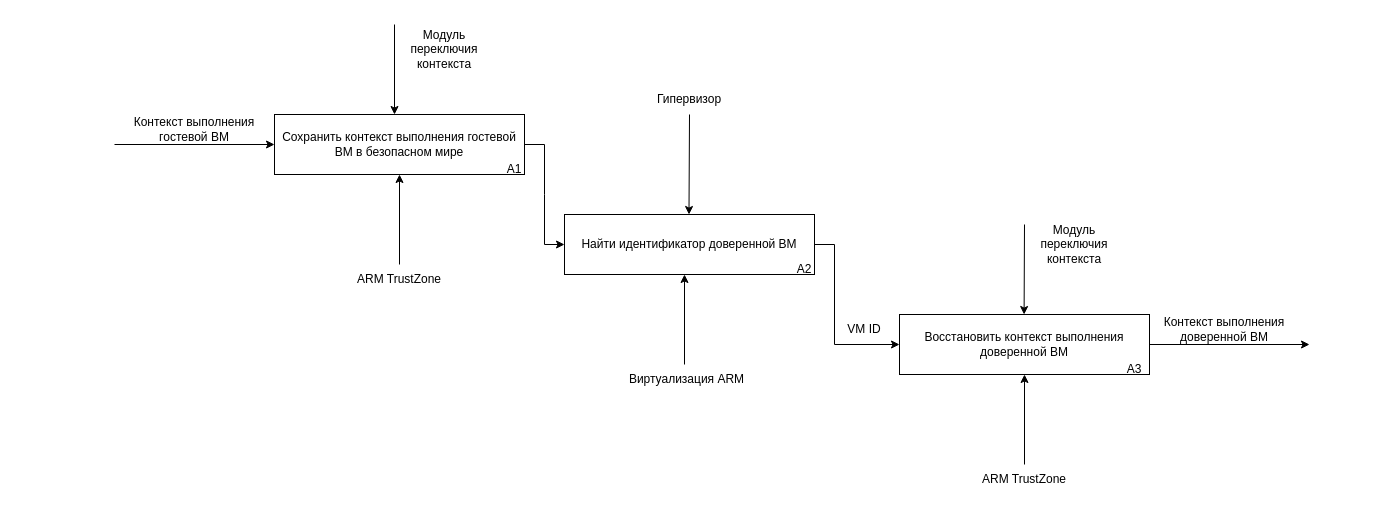
mRrvz/bmstu-masters-diploma keeps this draw.io diagram as page "Page-2" (2 of 2) of docs/drawio/idef0-context-switch.drawio. Above is the earlier version. Source tidied: cells renumbered, new cells numbered last; positions are measured from the earlier drawing's top-left corner, leaving out a move shared by most shapes. Both pictures are drawn from the tidied source at 100%, with x=0, y=0 at pixel (114, 24).
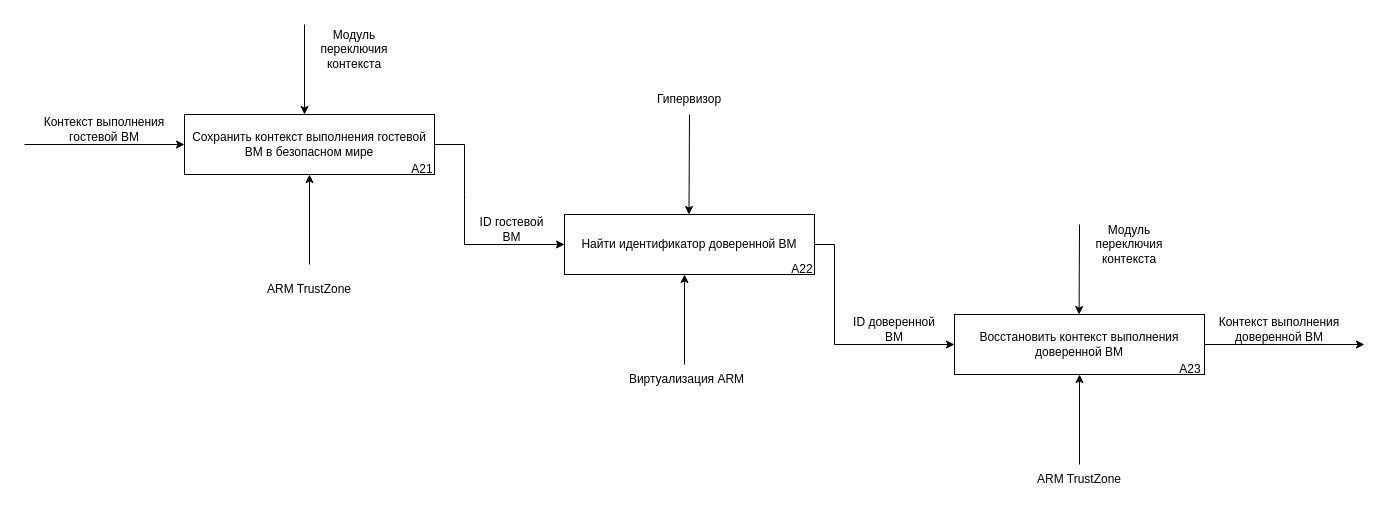
The same page after the edit.

The change refers to these unchanged cells:
```xml
<mxCell id="3" value="Найти идентификатор доверенной ВМ" style="rounded=0;whiteSpace=wrap;html=1;" parent="1" vertex="1">
  <mxGeometry x="450" y="190" width="250" height="60" as="geometry" />
</mxCell>
```

The edit, as a diff of the source:
```diff
@@
     <mxCell id="2" value="Сохранить контекст выполнения гостевой ВМ в безопасном мире" style="rounded=0;whiteSpace=wrap;html=1;" parent="1" vertex="1">
-      <mxGeometry x="160" y="90" width="250" height="60" as="geometry" />
+      <mxGeometry x="70" y="90" width="250" height="60" as="geometry" />
     </mxCell>
@@
     <mxCell id="4" value="Восстановить контекст выполнения доверенной ВМ" style="rounded=0;whiteSpace=wrap;html=1;" parent="1" vertex="1">
-      <mxGeometry x="785" y="290" width="250" height="60" as="geometry" />
+      <mxGeometry x="840" y="290" width="250" height="60" as="geometry" />
     </mxCell>
     <mxCell id="5" style="endArrow=classic;html=1;rounded=0;entryX=0;entryY=0.5;entryDx=0;entryDy=0;" parent="1" edge="1">
       <mxGeometry relative="1" as="geometry">
-        <mxPoint y="120" as="sourcePoint" />
-        <mxPoint x="160" y="120" as="targetPoint" />
+        <mxPoint x="-90" y="120" as="sourcePoint" />
+        <mxPoint x="70" y="120" as="targetPoint" />
       </mxGeometry>
     </mxCell>
     <mxCell id="6" value="Контекст выполнения гостевой ВМ" style="text;html=1;align=center;verticalAlign=middle;whiteSpace=wrap;rounded=0;" parent="1" vertex="1">
-      <mxGeometry x="10" y="90" width="140" height="30" as="geometry" />
+      <mxGeometry x="-80" y="90" width="140" height="30" as="geometry" />
     </mxCell>
@@
     <mxCell id="9" style="endArrow=classic;html=1;rounded=0;exitX=1;exitY=0.5;exitDx=0;exitDy=0;" parent="1" edge="1">
       <mxGeometry relative="1" as="geometry">
-        <mxPoint x="1035" y="320" as="sourcePoint" />
-        <mxPoint x="1195" y="320" as="targetPoint" />
+        <mxPoint x="1090" y="320" as="sourcePoint" />
+        <mxPoint x="1250" y="320" as="targetPoint" />
       </mxGeometry>
     </mxCell>
     <mxCell id="10" value="Контекст выполнения доверенной ВМ" style="text;html=1;align=center;verticalAlign=middle;whiteSpace=wrap;rounded=0;" parent="1" vertex="1">
-      <mxGeometry x="1045" y="290" width="130" height="30" as="geometry" />
+      <mxGeometry x="1100" y="290" width="130" height="30" as="geometry" />
     </mxCell>
     <mxCell id="11" value="Модуль переключия контекста" style="text;html=1;align=center;verticalAlign=middle;whiteSpace=wrap;rounded=0;" parent="1" vertex="1">
-      <mxGeometry x="280" y="10" width="100" height="30" as="geometry" />
+      <mxGeometry x="190" y="10" width="100" height="30" as="geometry" />
     </mxCell>
     <mxCell id="12" style="endArrow=classic;html=1;rounded=0;entryX=0.75;entryY=0;entryDx=0;entryDy=0;" parent="1" edge="1">
       <mxGeometry relative="1" as="geometry">
-        <mxPoint x="280" as="sourcePoint" />
-        <mxPoint x="280" y="90" as="targetPoint" />
+        <mxPoint x="190" as="sourcePoint" />
+        <mxPoint x="190" y="90" as="targetPoint" />
       </mxGeometry>
     </mxCell>
     <mxCell id="13" value="Модуль переключия контекста" style="text;html=1;align=center;verticalAlign=middle;whiteSpace=wrap;rounded=0;" parent="1" vertex="1">
-      <mxGeometry x="910" y="205" width="100" height="30" as="geometry" />
+      <mxGeometry x="965" y="205" width="100" height="30" as="geometry" />
     </mxCell>
     <mxCell id="14" style="endArrow=classic;html=1;rounded=0;entryX=0.75;entryY=0;entryDx=0;entryDy=0;" parent="1" edge="1">
       <mxGeometry relative="1" as="geometry">
-        <mxPoint x="910" y="200" as="sourcePoint" />
-        <mxPoint x="909.6" y="290" as="targetPoint" />
+        <mxPoint x="965" y="200" as="sourcePoint" />
+        <mxPoint x="964.6" y="290" as="targetPoint" />
       </mxGeometry>
     </mxCell>
     <mxCell id="15" style="endArrow=classic;html=1;rounded=0;exitX=1;exitY=0.5;exitDx=0;exitDy=0;entryX=0;entryY=0.5;entryDx=0;entryDy=0;" parent="1" edge="1" source="2" target="3">
       <mxGeometry relative="1" as="geometry">
         <Array as="points">
-          <mxPoint x="430" y="120" />
-          <mxPoint x="430" y="170" />
-          <mxPoint x="430" y="220" />
+          <mxPoint x="350" y="120" />
+          <mxPoint x="350" y="170" />
+          <mxPoint x="350" y="220" />
         </Array>
       </mxGeometry>
     </mxCell>
@@
     <mxCell id="17" value="ARM TrustZone" style="text;html=1;align=center;verticalAlign=middle;whiteSpace=wrap;rounded=0;" parent="1" vertex="1">
-      <mxGeometry x="860" y="440" width="100" height="30" as="geometry" />
+      <mxGeometry x="915" y="440" width="100" height="30" as="geometry" />
     </mxCell>
@@
     <mxCell id="19" style="endArrow=classic;html=1;rounded=0;entryX=0.5;entryY=1;entryDx=0;entryDy=0;" parent="1" edge="1" target="2">
       <mxGeometry relative="1" as="geometry">
-        <mxPoint x="285" y="240" as="sourcePoint" />
+        <mxPoint x="195" y="240" as="sourcePoint" />
       </mxGeometry>
     </mxCell>
     <mxCell id="20" value="ARM TrustZone" style="text;html=1;align=center;verticalAlign=middle;whiteSpace=wrap;rounded=0;" parent="1" vertex="1">
-      <mxGeometry x="235" y="240" width="100" height="30" as="geometry" />
+      <mxGeometry x="145" y="250" width="100" height="30" as="geometry" />
     </mxCell>
@@
-    <mxCell id="23" value="VM ID" style="text;html=1;align=center;verticalAlign=middle;whiteSpace=wrap;rounded=0;" parent="1" vertex="1">
-      <mxGeometry x="710" y="290" width="80" height="30" as="geometry" />
+    <mxCell id="23" value="ID доверенной ВМ" style="text;html=1;align=center;verticalAlign=middle;whiteSpace=wrap;rounded=0;" parent="1" vertex="1">
+      <mxGeometry x="730" y="290" width="100" height="30" as="geometry" />
     </mxCell>
-    <mxCell id="24" value="A1" style="text;html=1;align=center;verticalAlign=middle;whiteSpace=wrap;rounded=0;" parent="1" vertex="1">
-      <mxGeometry x="370" y="130" width="60" height="30" as="geometry" />
+    <mxCell id="24" value="A21" style="text;html=1;align=center;verticalAlign=middle;whiteSpace=wrap;rounded=0;" parent="1" vertex="1">
+      <mxGeometry x="278" y="130" width="60" height="30" as="geometry" />
     </mxCell>
-    <mxCell id="25" value="A2" style="text;html=1;align=center;verticalAlign=middle;whiteSpace=wrap;rounded=0;" parent="1" vertex="1">
-      <mxGeometry x="660" y="230" width="60" height="30" as="geometry" />
+    <mxCell id="25" value="A22" style="text;html=1;align=center;verticalAlign=middle;whiteSpace=wrap;rounded=0;" parent="1" vertex="1">
+      <mxGeometry x="658" y="230" width="60" height="30" as="geometry" />
     </mxCell>
-    <mxCell id="26" value="A3" style="text;html=1;align=center;verticalAlign=middle;whiteSpace=wrap;rounded=0;" parent="1" vertex="1">
-      <mxGeometry x="990" y="330" width="60" height="30" as="geometry" />
+    <mxCell id="26" value="A23" style="text;html=1;align=center;verticalAlign=middle;whiteSpace=wrap;rounded=0;" parent="1" vertex="1">
+      <mxGeometry x="1046" y="330" width="60" height="30" as="geometry" />
     </mxCell>
+    <mxCell id="27" value="ID гостевой ВМ" style="text;html=1;align=center;verticalAlign=middle;whiteSpace=wrap;rounded=0;" parent="1" vertex="1">
+      <mxGeometry x="360" y="190" width="75" height="30" as="geometry" />
+    </mxCell>
```
